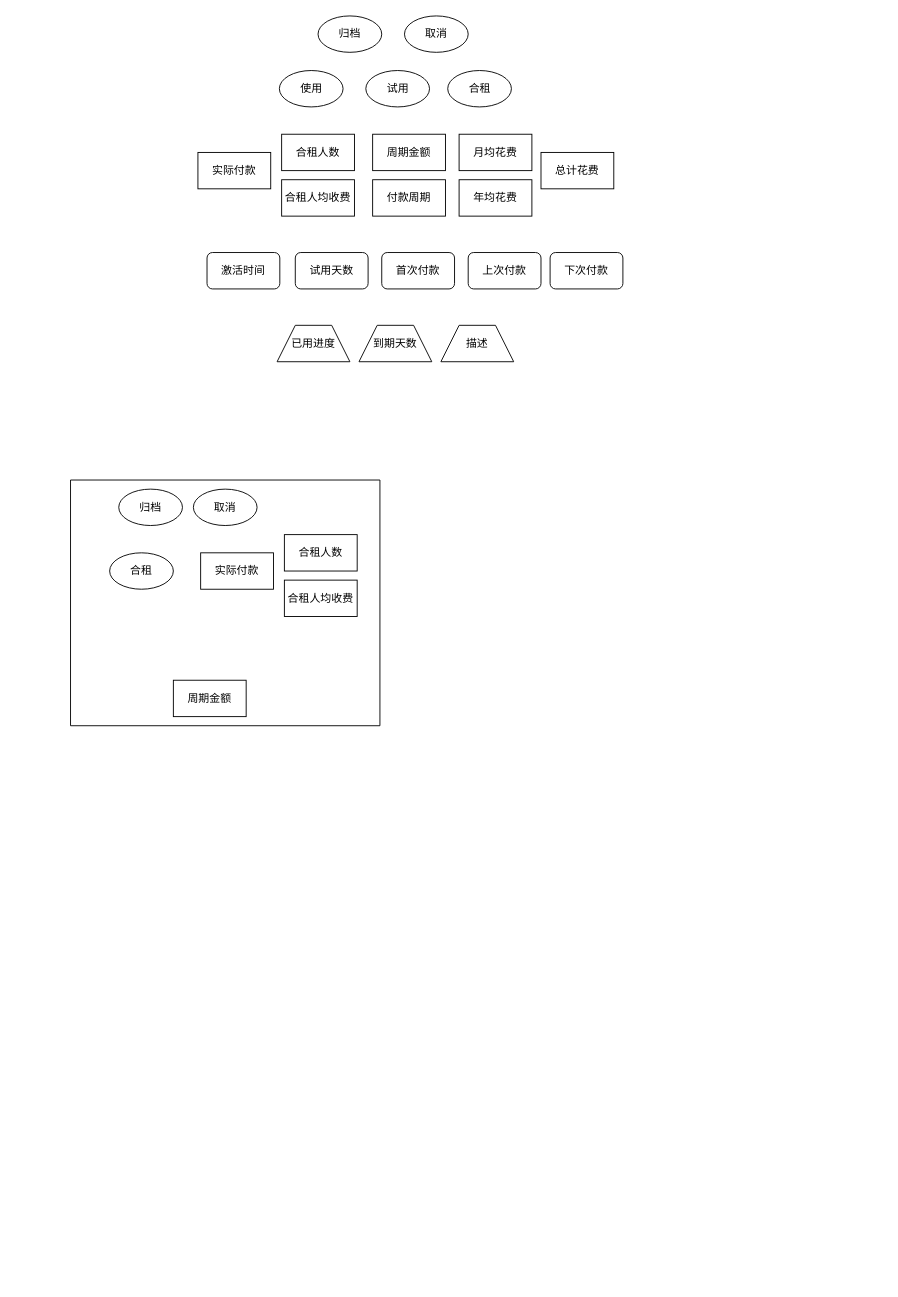
Samiya321/draw.io keeps this draw.io diagram as 软件订阅管理/软件订阅管理.drawio. Above is the earlier version. Source tidied: cells renumbered, new cells numbered last; positions are measured from the earlier drawing's top-left corner, leaving out a move shared by most shapes. Both pictures are drawn from the tidied source at 91%, with x=0, y=0 at pixel (70, 15).
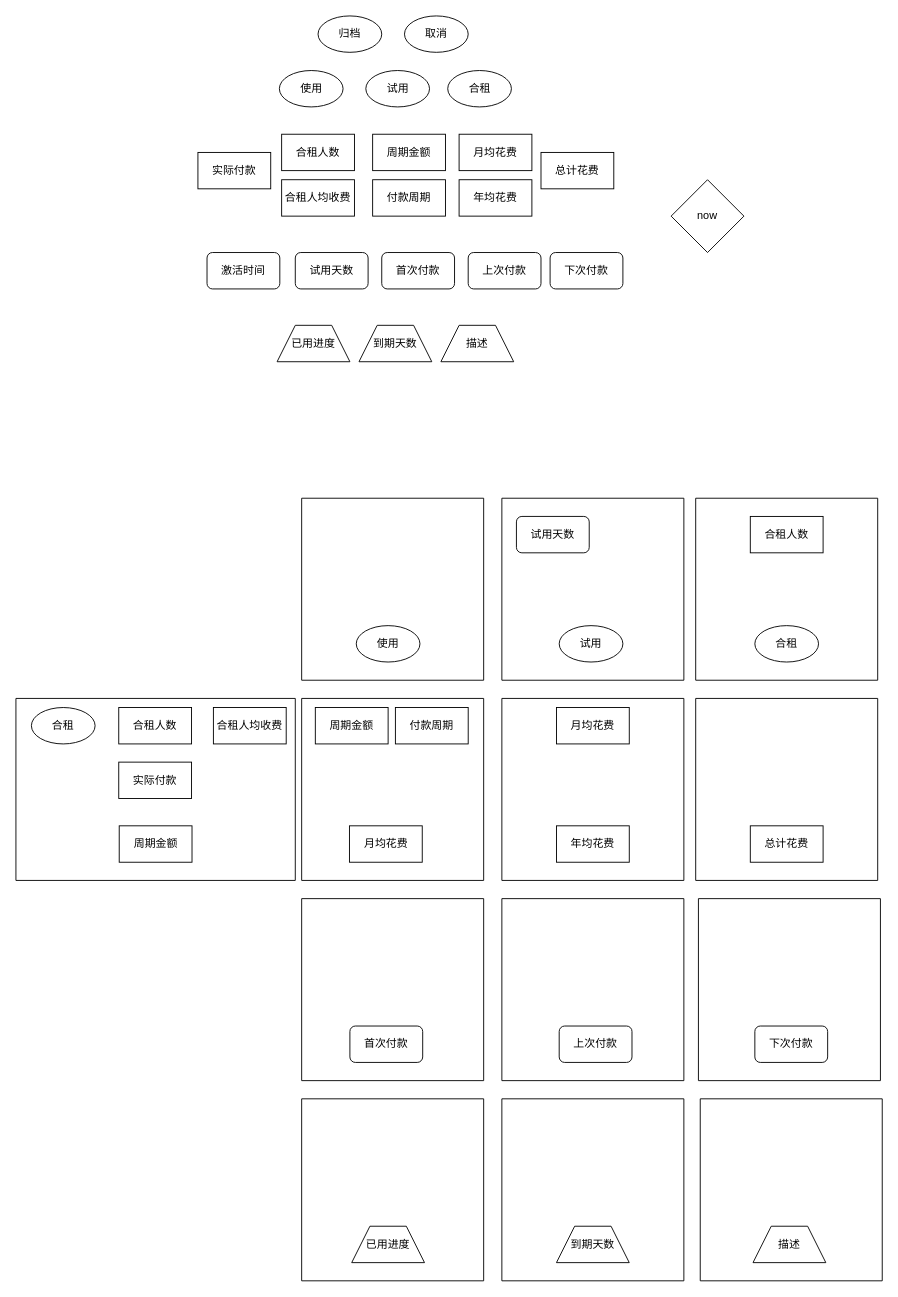
After the change.

Commit message:
更新软件订阅管理.drawio

Change to the diagram source:
```diff
@@
     <mxCell id="23" style="swimlane;startSize=0;rounded=0;" parent="1" vertex="1">
-      <mxGeometry y="510" width="340" height="270" as="geometry" />
+      <mxGeometry x="-60" y="750" width="307" height="200" as="geometry" />
     </mxCell>
-    <mxCell id="24" value="归档" style="ellipse;whiteSpace=wrap;html=1;rounded=0;" parent="23" vertex="1">
-      <mxGeometry x="53" y="10" width="70" height="40" as="geometry" />
-    </mxCell>
-    <mxCell id="25" value="取消" style="ellipse;whiteSpace=wrap;html=1;rounded=0;" parent="23" vertex="1">
-      <mxGeometry x="135" y="10" width="70" height="40" as="geometry" />
-    </mxCell>
     <mxCell id="26" value="周期金额" style="whiteSpace=wrap;html=1;rounded=0;" parent="23" vertex="1">
-      <mxGeometry x="113" y="220" width="80" height="40" as="geometry" />
+      <mxGeometry x="113.5" y="140" width="80" height="40" as="geometry" />
     </mxCell>
     <mxCell id="27" value="合租" style="ellipse;whiteSpace=wrap;html=1;rounded=0;" parent="23" vertex="1">
-      <mxGeometry x="43" y="80" width="70" height="40" as="geometry" />
+      <mxGeometry x="17" y="10" width="70" height="40" as="geometry" />
     </mxCell>
     <mxCell id="28" value="实际付款" style="whiteSpace=wrap;html=1;rounded=0;" parent="23" vertex="1">
-      <mxGeometry x="143" y="80" width="80" height="40" as="geometry" />
+      <mxGeometry x="113" y="70" width="80" height="40" as="geometry" />
     </mxCell>
     <mxCell id="29" value="合租人数" style="whiteSpace=wrap;html=1;rounded=0;" parent="23" vertex="1">
-      <mxGeometry x="235" y="60" width="80" height="40" as="geometry" />
+      <mxGeometry x="113" y="10" width="80" height="40" as="geometry" />
     </mxCell>
     <mxCell id="30" value="合租人均收费" style="whiteSpace=wrap;html=1;rounded=0;" parent="23" vertex="1">
-      <mxGeometry x="235" y="110" width="80" height="40" as="geometry" />
+      <mxGeometry x="217" y="10" width="80" height="40" as="geometry" />
     </mxCell>
+    <mxCell id="31" style="swimlane;startSize=0;rounded=0;" parent="1" vertex="1">
+      <mxGeometry x="254" y="750" width="200" height="200" as="geometry" />
+    </mxCell>
+    <mxCell id="32" value="月均花费" style="whiteSpace=wrap;html=1;rounded=0;" parent="31" vertex="1">
+      <mxGeometry x="52.5" y="140" width="80" height="40" as="geometry" />
+    </mxCell>
+    <mxCell id="33" value="周期金额" style="whiteSpace=wrap;html=1;rounded=0;" parent="31" vertex="1">
+      <mxGeometry x="15" y="10" width="80" height="40" as="geometry" />
+    </mxCell>
+    <mxCell id="34" value="付款周期" style="whiteSpace=wrap;html=1;rounded=0;" parent="31" vertex="1">
+      <mxGeometry x="103" y="10" width="80" height="40" as="geometry" />
+    </mxCell>
+    <mxCell id="35" style="swimlane;startSize=0;rounded=0;" parent="1" vertex="1">
+      <mxGeometry x="474" y="750" width="200" height="200" as="geometry" />
+    </mxCell>
+    <mxCell id="36" value="年均花费" style="whiteSpace=wrap;html=1;rounded=0;" parent="35" vertex="1">
+      <mxGeometry x="60" y="140" width="80" height="40" as="geometry" />
+    </mxCell>
+    <mxCell id="37" value="月均花费" style="whiteSpace=wrap;html=1;rounded=0;" parent="35" vertex="1">
+      <mxGeometry x="60" y="10" width="80" height="40" as="geometry" />
+    </mxCell>
+    <mxCell id="38" style="swimlane;startSize=0;rounded=0;" parent="1" vertex="1">
+      <mxGeometry x="687" y="750" width="200" height="200" as="geometry" />
+    </mxCell>
+    <mxCell id="39" value="总计花费" style="whiteSpace=wrap;html=1;rounded=0;" parent="38" vertex="1">
+      <mxGeometry x="60" y="140" width="80" height="40" as="geometry" />
+    </mxCell>
+    <mxCell id="40" style="swimlane;startSize=0;rounded=0;" parent="1" vertex="1">
+      <mxGeometry x="254" y="530" width="200" height="200" as="geometry" />
+    </mxCell>
+    <mxCell id="41" value="使用" style="ellipse;whiteSpace=wrap;html=1;rounded=0;" parent="40" vertex="1">
+      <mxGeometry x="60" y="140" width="70" height="40" as="geometry" />
+    </mxCell>
+    <mxCell id="42" style="swimlane;startSize=0;rounded=0;" parent="1" vertex="1">
+      <mxGeometry x="687" y="530" width="200" height="200" as="geometry" />
+    </mxCell>
+    <mxCell id="43" value="合租" style="ellipse;whiteSpace=wrap;html=1;rounded=0;" parent="42" vertex="1">
+      <mxGeometry x="65" y="140" width="70" height="40" as="geometry" />
+    </mxCell>
+    <mxCell id="44" value="合租人数" style="whiteSpace=wrap;html=1;rounded=0;" parent="42" vertex="1">
+      <mxGeometry x="60" y="20" width="80" height="40" as="geometry" />
+    </mxCell>
+    <mxCell id="45" style="swimlane;startSize=0;rounded=0;" parent="1" vertex="1">
+      <mxGeometry x="474" y="530" width="200" height="200" as="geometry" />
+    </mxCell>
+    <mxCell id="46" value="试用" style="ellipse;whiteSpace=wrap;html=1;rounded=0;" parent="45" vertex="1">
+      <mxGeometry x="63" y="140" width="70" height="40" as="geometry" />
+    </mxCell>
+    <mxCell id="47" value="试用天数" style="rounded=1;whiteSpace=wrap;html=1;" parent="45" vertex="1">
+      <mxGeometry x="16" y="20" width="80" height="40" as="geometry" />
+    </mxCell>
+    <mxCell id="48" value="now" style="rhombus;whiteSpace=wrap;html=1;rounded=0;" parent="1" vertex="1">
+      <mxGeometry x="660" y="180" width="80" height="80" as="geometry" />
+    </mxCell>
+    <mxCell id="49" style="swimlane;startSize=0;rounded=0;" parent="1" vertex="1">
+      <mxGeometry x="254" y="970" width="200" height="200" as="geometry" />
+    </mxCell>
+    <mxCell id="50" value="首次付款" style="rounded=1;whiteSpace=wrap;html=1;" parent="49" vertex="1">
+      <mxGeometry x="53" y="140" width="80" height="40" as="geometry" />
+    </mxCell>
+    <mxCell id="51" style="swimlane;startSize=0;rounded=0;" parent="1" vertex="1">
+      <mxGeometry x="474" y="970" width="200" height="200" as="geometry" />
+    </mxCell>
+    <mxCell id="52" value="上次付款" style="rounded=1;whiteSpace=wrap;html=1;" parent="51" vertex="1">
+      <mxGeometry x="63" y="140" width="80" height="40" as="geometry" />
+    </mxCell>
+    <mxCell id="53" style="swimlane;startSize=0;rounded=0;" parent="1" vertex="1">
+      <mxGeometry x="690" y="970" width="200" height="200" as="geometry" />
+    </mxCell>
+    <mxCell id="54" value="下次付款" style="rounded=1;whiteSpace=wrap;html=1;" parent="53" vertex="1">
+      <mxGeometry x="62" y="140" width="80" height="40" as="geometry" />
+    </mxCell>
+    <mxCell id="55" style="swimlane;startSize=0;rounded=0;" parent="1" vertex="1">
+      <mxGeometry x="254" y="1190" width="200" height="200" as="geometry" />
+    </mxCell>
+    <mxCell id="56" value="已用进度" style="shape=trapezoid;perimeter=trapezoidPerimeter;whiteSpace=wrap;html=1;fixedSize=1;rounded=0;" parent="55" vertex="1">
+      <mxGeometry x="55" y="140" width="80" height="40" as="geometry" />
+    </mxCell>
+    <mxCell id="57" style="swimlane;startSize=0;rounded=0;" parent="1" vertex="1">
+      <mxGeometry x="474" y="1190" width="200" height="200" as="geometry" />
+    </mxCell>
+    <mxCell id="58" value="到期天数" style="shape=trapezoid;perimeter=trapezoidPerimeter;whiteSpace=wrap;html=1;fixedSize=1;rounded=0;" parent="57" vertex="1">
+      <mxGeometry x="60" y="140" width="80" height="40" as="geometry" />
+    </mxCell>
+    <mxCell id="59" style="swimlane;startSize=0;rounded=0;" parent="1" vertex="1">
+      <mxGeometry x="692" y="1190" width="200" height="200" as="geometry" />
+    </mxCell>
+    <mxCell id="60" value="描述" style="shape=trapezoid;perimeter=trapezoidPerimeter;whiteSpace=wrap;html=1;fixedSize=1;rounded=0;" parent="59" vertex="1">
+      <mxGeometry x="58" y="140" width="80" height="40" as="geometry" />
+    </mxCell>
```
